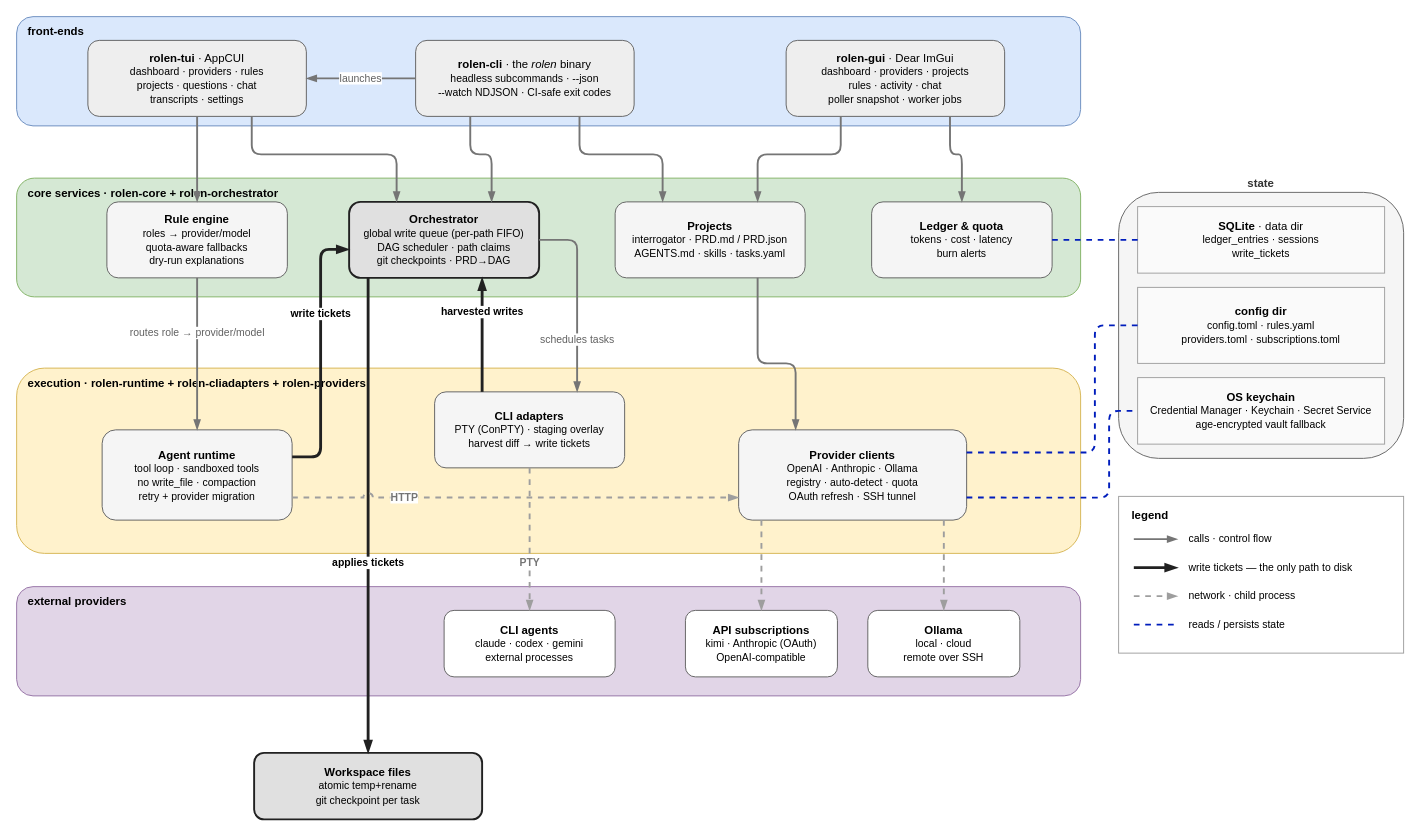
The draw.io diagram docs/architecture.drawio in milleniumrs/RoleN, before the edit. Source tidied: cells renumbered, new cells numbered last; positions are measured from the earlier drawing's top-left corner, leaving out a move shared by most shapes. Both pictures are drawn from the tidied source at 95%, with x=0, y=0 at pixel (16, 16).
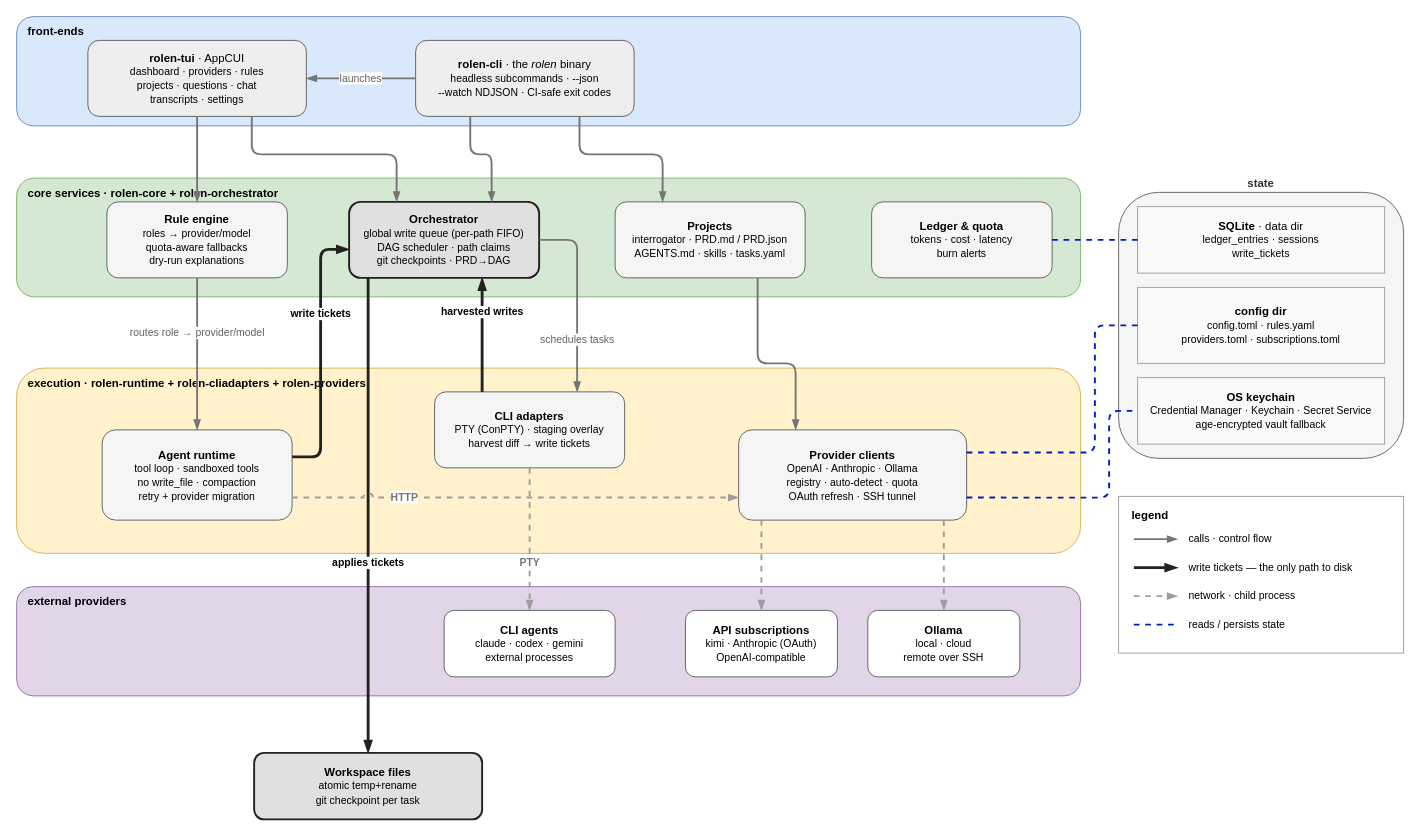
The same diagram, later.

The change refers to these unchanged cells:
```xml
<mxCell id="12" value="&lt;b&gt;Projects&lt;/b&gt;&lt;br&gt;&lt;font style=&quot;font-size:11px&quot;&gt;interrogator · PRD.md / PRD.json&lt;br&gt;AGENTS.md · skills · tasks.yaml&lt;/font&gt;" style="rounded=1;whiteSpace=wrap;html=1;fillColor=#F5F5F5;strokeColor=#616161;" parent="1" vertex="1">
  <mxGeometry x="630" y="195" width="200" height="80" as="geometry" />
</mxCell>
<mxCell id="13" value="&lt;b&gt;Ledger &amp;amp; quota&lt;/b&gt;&lt;br&gt;&lt;font style=&quot;font-size:11px&quot;&gt;tokens · cost · latency&lt;br&gt;burn alerts&lt;/font&gt;" style="rounded=1;whiteSpace=wrap;html=1;fillColor=#F5F5F5;strokeColor=#616161;" parent="1" vertex="1">
  <mxGeometry x="900" y="195" width="190" height="80" as="geometry" />
</mxCell>
```

Diff of the diagram source:
```diff
@@
-    <mxCell id="9" value="&lt;b&gt;rolen-gui&lt;/b&gt; · Dear ImGui&lt;br&gt;&lt;font style=&quot;font-size:11px&quot;&gt;dashboard · providers · projects&lt;br&gt;rules · activity · chat&lt;br&gt;poller snapshot · worker jobs&lt;/font&gt;" style="rounded=1;whiteSpace=wrap;html=1;fillColor=#EEEEEE;strokeColor=#616161;" parent="1" vertex="1">
-      <mxGeometry x="810" y="25" width="230" height="80" as="geometry" />
-    </mxCell>
@@
-    <mxCell id="38" style="edgeStyle=orthogonalEdgeStyle;rounded=1;html=1;strokeColor=#757575;strokeWidth=2;endArrow=blockThin;endFill=1;exitX=0.25;exitY=1;exitDx=0;exitDy=0;entryX=0.75;entryY=0;entryDx=0;entryDy=0;" parent="1" edge="1" source="9" target="12">
-      <mxGeometry relative="1" as="geometry">
-        <Array as="points">
-          <mxPoint x="868" y="145" />
-          <mxPoint x="780" y="145" />
-        </Array>
-      </mxGeometry>
-    </mxCell>
-    <mxCell id="39" style="edgeStyle=orthogonalEdgeStyle;rounded=1;html=1;strokeColor=#757575;strokeWidth=2;endArrow=blockThin;endFill=1;exitX=0.75;exitY=1;exitDx=0;exitDy=0;entryX=0.5;entryY=0;entryDx=0;entryDy=0;" parent="1" edge="1" source="9" target="13">
-      <mxGeometry relative="1" as="geometry">
-        <Array as="points">
-          <mxPoint x="983" y="145" />
-          <mxPoint x="995" y="145" />
-        </Array>
-      </mxGeometry>
-    </mxCell>
```
